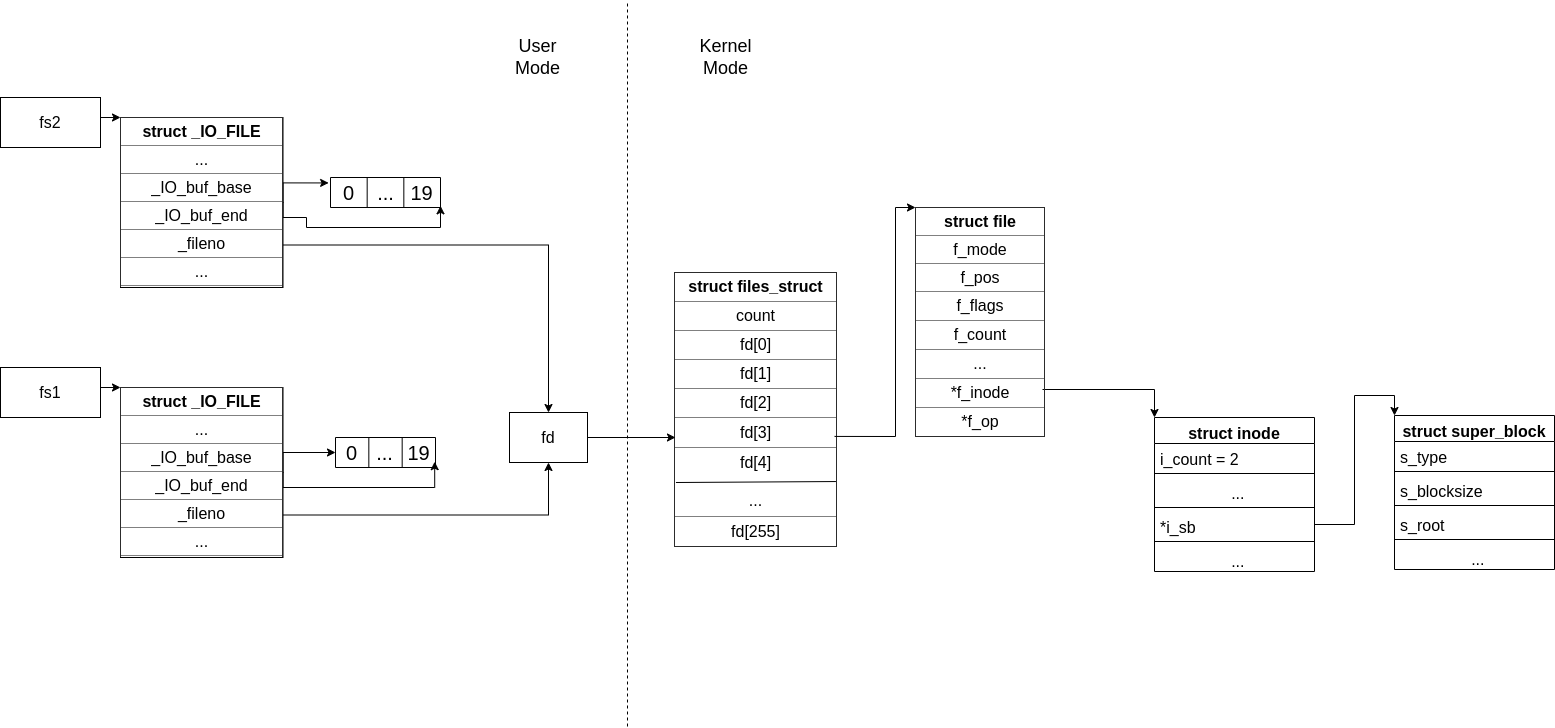
The draw.io diagram lab_05/docs/img/app1_scheme.png in amunra2/os6-bmstu-iu7, before a commit. Source tidied: cells renumbered, new cells last; positions are measured from the earlier drawing's top-left corner, leaving out a move shared by most shapes.
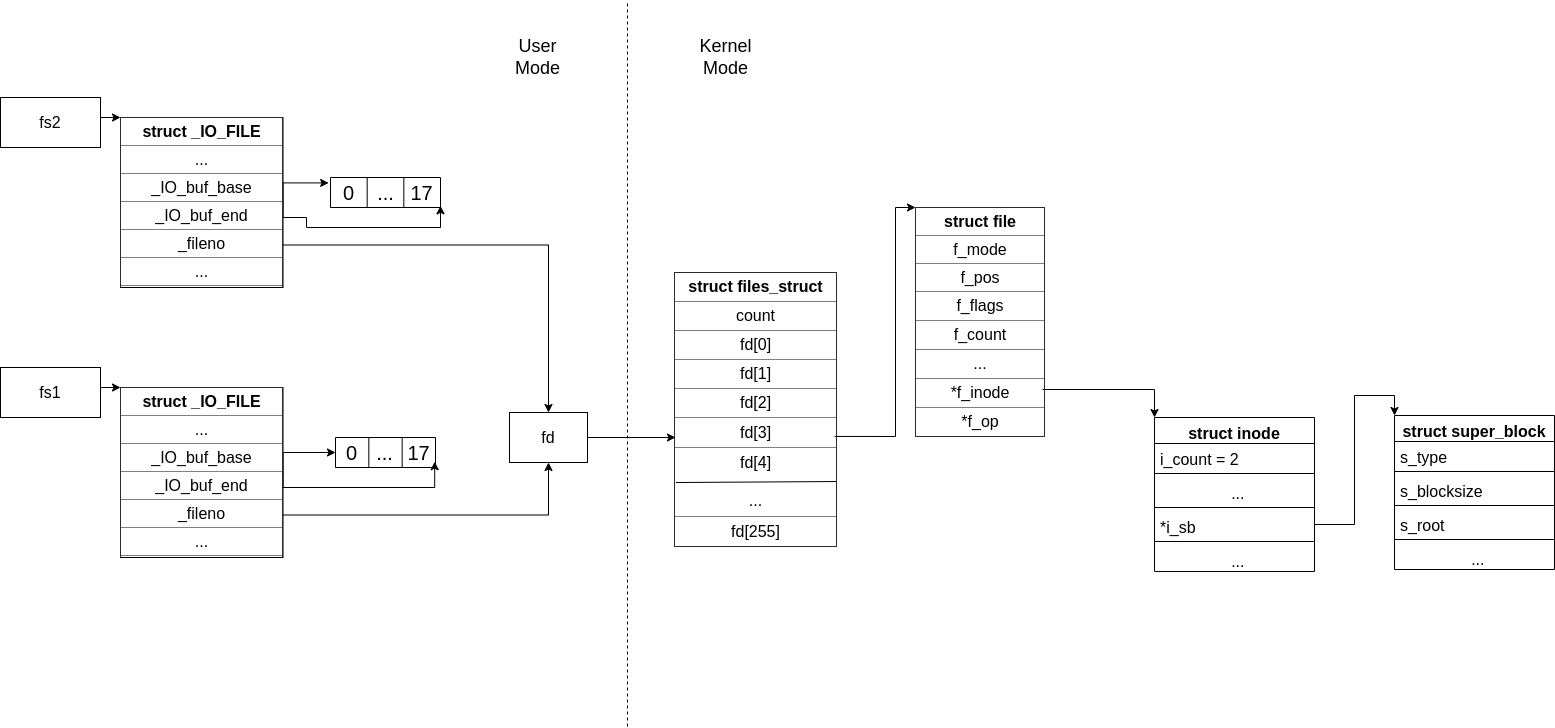
The same file after the commit.

Diff of the diagram source:
```diff
@@ -111,7 +111,7 @@
     <mxCell id="21" value="..." style="shape=partialRectangle;html=1;whiteSpace=wrap;overflow=hidden;fillColor=none;top=0;left=0;bottom=0;right=0;fontSize=20;" parent="19" vertex="1">
       <mxGeometry x="36.7" width="36.7" height="30" as="geometry" />
     </mxCell>
-    <mxCell id="22" value="19" style="shape=partialRectangle;html=1;whiteSpace=wrap;overflow=hidden;fillColor=none;top=0;left=1;bottom=0;right=0;fontSize=20;" parent="19" vertex="1">
+    <mxCell id="22" value="17" style="shape=partialRectangle;html=1;whiteSpace=wrap;overflow=hidden;fillColor=none;top=0;left=1;bottom=0;right=0;fontSize=20;" parent="19" vertex="1">
       <mxGeometry x="73.3" width="36.7" height="30" as="geometry" />
     </mxCell>
     <mxCell id="23" style="shape=partialRectangle;html=1;whiteSpace=wrap;top=1;left=1;bottom=1;right=1;points=[[0,0.5],[1,0.5]];portConstraint=eastwest;fontSize=20;strokeWidth=1;shadow=0;fillColor=none;noLabel=0;portConstraintRotation=0;snapToPoint=0;fixDash=0;backgroundOutline=0;" parent="1" vertex="1">
@@ -123,7 +123,7 @@
     <mxCell id="25" value="..." style="shape=partialRectangle;html=1;whiteSpace=wrap;overflow=hidden;fillColor=none;top=0;left=0;bottom=0;right=0;fontSize=20;" parent="23" vertex="1">
       <mxGeometry x="33.3" width="33.3" height="30" as="geometry" />
     </mxCell>
-    <mxCell id="26" value="19" style="shape=partialRectangle;html=1;whiteSpace=wrap;overflow=hidden;fillColor=none;top=0;left=1;bottom=0;right=0;fontSize=20;" parent="23" vertex="1">
+    <mxCell id="26" value="17" style="shape=partialRectangle;html=1;whiteSpace=wrap;overflow=hidden;fillColor=none;top=0;left=1;bottom=0;right=0;fontSize=20;" parent="23" vertex="1">
       <mxGeometry x="66.7" width="33.3" height="30" as="geometry" />
     </mxCell>
     <mxCell id="27" value="struct inode" style="swimlane;fontStyle=1;align=center;verticalAlign=top;horizontal=1;startSize=26;fillColor=none;fontSize=16;" parent="1" vertex="1">
```
